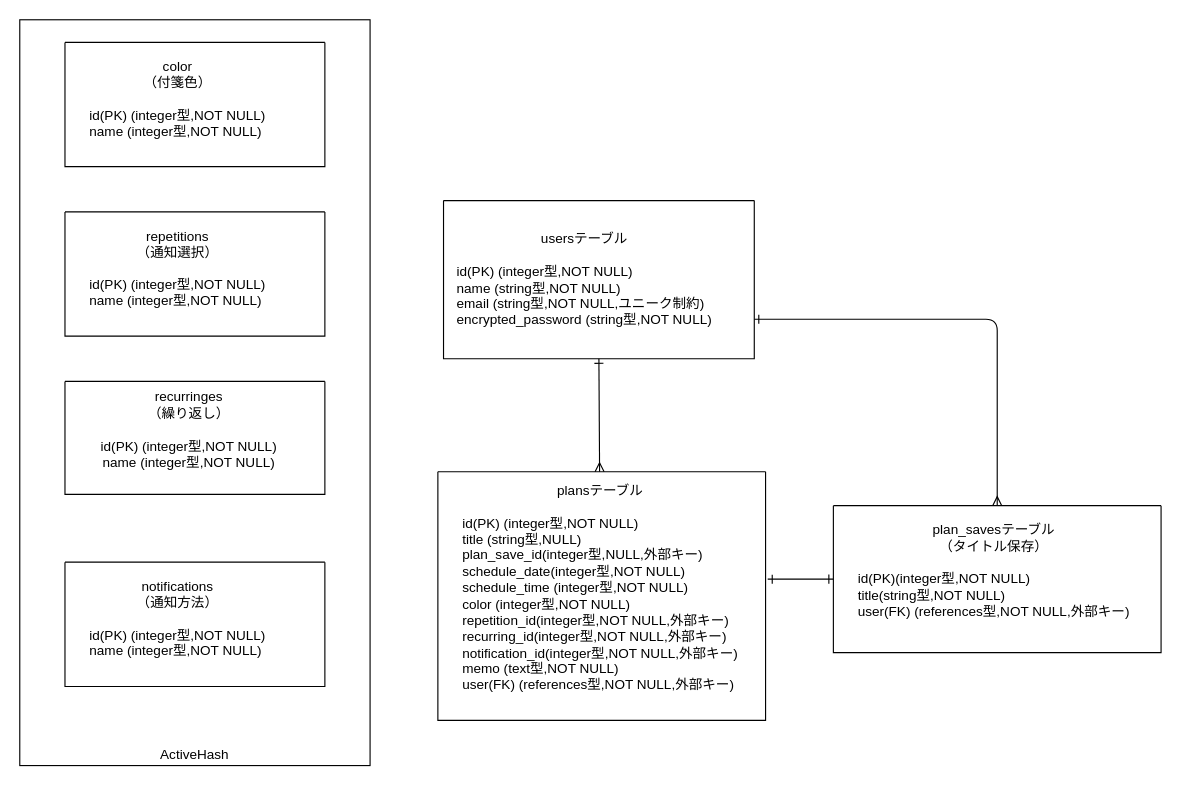
The draw.io diagram pawdo.dio in pazuru25/pawdo, before the edit. Source tidied: cells renumbered, new cells numbered last; positions are measured from the earlier drawing's top-left corner, leaving out a move shared by most shapes. Both pictures are drawn from the tidied source at 113%, with x=0, y=0 at pixel (19, 19).
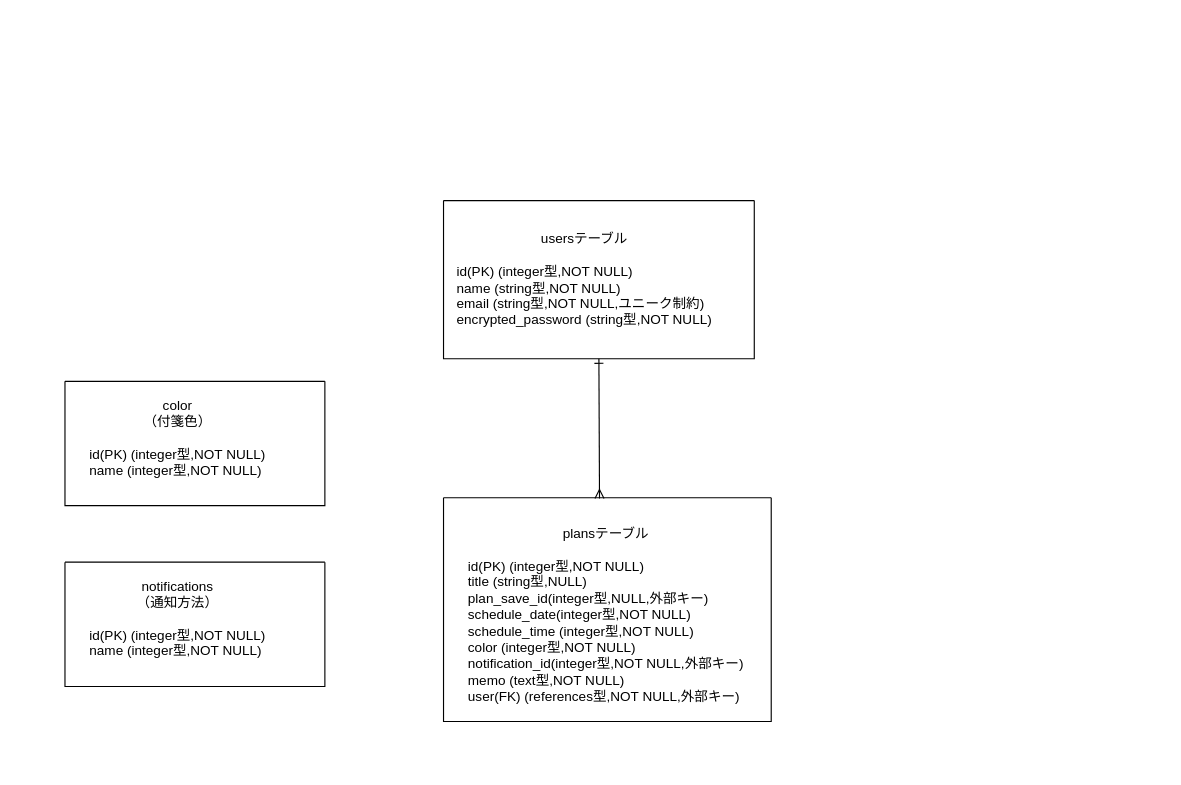
The same diagram, later.

The change refers to these unchanged cells:
```xml
<mxCell id="5" style="swimlane;startSize=0;align=left;" parent="1" vertex="1">
  <mxGeometry x="375" y="160" width="275" height="140" as="geometry" />
</mxCell>
```

Change to the diagram source:
```diff
@@
-    <mxCell id="2" value="ActiveHash" style="whiteSpace=wrap;html=1;align=center;fillColor=none;verticalAlign=bottom;" parent="1" vertex="1">
-      <mxGeometry width="310" height="660" as="geometry" />
-    </mxCell>
-    <mxCell id="3" style="edgeStyle=none;html=1;exitX=0.5;exitY=1;exitDx=0;exitDy=0;entryX=0.456;entryY=0;entryDx=0;entryDy=0;startArrow=ERone;startFill=0;endArrow=ERmany;endFill=0;entryPerimeter=0;" parent="1" edge="1" source="5" target="8">
+    <mxCell id="3" style="edgeStyle=none;html=1;exitX=0.5;exitY=1;exitDx=0;exitDy=0;entryX=0.476;entryY=0.003;entryDx=0;entryDy=0;startArrow=ERone;startFill=0;endArrow=ERmany;endFill=0;entryPerimeter=0;" parent="1" edge="1" source="5" target="7">
       <mxGeometry relative="1" as="geometry" />
     </mxCell>
-    <mxCell id="4" style="edgeStyle=none;html=1;exitX=1;exitY=0.75;exitDx=0;exitDy=0;entryX=0.5;entryY=0;entryDx=0;entryDy=0;startArrow=ERone;startFill=0;endArrow=ERmany;endFill=0;" parent="1" edge="1" source="5" target="10">
-      <mxGeometry relative="1" as="geometry">
-        <Array as="points">
-          <mxPoint x="865" y="265" />
-        </Array>
-      </mxGeometry>
-    </mxCell>
@@
     <mxCell id="7" style="swimlane;startSize=0;align=left;" parent="1" vertex="1">
-      <mxGeometry x="370" y="400" width="290" height="220" as="geometry" />
+      <mxGeometry x="375" y="423" width="290" height="198" as="geometry" />
     </mxCell>
-    <mxCell id="8" value="&lt;div style=&quot;text-align: center;&quot;&gt;&lt;span style=&quot;background-color: initial;&quot;&gt;plansテーブル&lt;/span&gt;&lt;/div&gt;&lt;br&gt;id(PK) (integer型,NOT NULL)&lt;br&gt;title (string型,NULL)&lt;br&gt;plan_save_id(integer型,NULL,外部キー)&lt;br&gt;&lt;span style=&quot;background-color: initial;&quot;&gt;schedule_date(integer型,NOT NULL)&lt;/span&gt;&lt;br&gt;&lt;div style=&quot;&quot;&gt;&lt;span style=&quot;background-color: initial;&quot;&gt;schedule_time (integer型,NOT NULL)&lt;/span&gt;&lt;/div&gt;&lt;div style=&quot;&quot;&gt;&lt;span style=&quot;background-color: initial;&quot;&gt;color (integer型,NOT NULL)&lt;/span&gt;&lt;/div&gt;&lt;div style=&quot;&quot;&gt;&lt;span style=&quot;background-color: initial;&quot;&gt;repetition_id&lt;/span&gt;&lt;span style=&quot;background-color: initial;&quot;&gt;(integer型,NOT NULL,外部キー)&lt;/span&gt;&lt;/div&gt;&lt;div style=&quot;&quot;&gt;&lt;span style=&quot;background-color: initial;&quot;&gt;recurring_id&lt;/span&gt;&lt;span style=&quot;background-color: initial;&quot;&gt;(integer型,NOT NULL,外部キー)&lt;/span&gt;&lt;/div&gt;&lt;div style=&quot;&quot;&gt;&lt;span style=&quot;background-color: initial;&quot;&gt;notification_id&lt;/span&gt;&lt;span style=&quot;background-color: initial;&quot;&gt;(integer型,NOT NULL,外部キー)&lt;/span&gt;&lt;/div&gt;&lt;div style=&quot;&quot;&gt;&lt;span style=&quot;background-color: initial;&quot;&gt;memo (text型,NOT NULL)&lt;/span&gt;&lt;/div&gt;&lt;div style=&quot;&quot;&gt;&lt;div&gt;&lt;span style=&quot;background-color: initial;&quot;&gt;user(FK) (references型,NOT NULL,外部キー)&lt;/span&gt;&lt;/div&gt;&lt;/div&gt;&lt;div style=&quot;&quot;&gt;&lt;br&gt;&lt;/div&gt;" style="text;html=1;align=left;verticalAlign=middle;points=[];strokeColor=none;fillColor=none;" parent="7" vertex="1">
-      <mxGeometry x="20" width="270" height="220" as="geometry" />
+    <mxCell id="8" value="&lt;div style=&quot;text-align: center;&quot;&gt;&lt;span style=&quot;background-color: initial;&quot;&gt;plansテーブル&lt;/span&gt;&lt;/div&gt;&lt;br&gt;id(PK) (integer型,NOT NULL)&lt;br&gt;title (string型,NULL)&lt;br&gt;plan_save_id(integer型,NULL,外部キー)&lt;br&gt;&lt;span style=&quot;background-color: initial;&quot;&gt;schedule_date(integer型,NOT NULL)&lt;/span&gt;&lt;br&gt;&lt;div style=&quot;&quot;&gt;&lt;span style=&quot;background-color: initial;&quot;&gt;schedule_time (integer型,NOT NULL)&lt;/span&gt;&lt;/div&gt;&lt;div style=&quot;&quot;&gt;&lt;span style=&quot;background-color: initial;&quot;&gt;color (integer型,NOT NULL)&lt;/span&gt;&lt;/div&gt;&lt;div style=&quot;&quot;&gt;&lt;span style=&quot;background-color: initial;&quot;&gt;notification_id&lt;/span&gt;&lt;span style=&quot;background-color: initial;&quot;&gt;(integer型,NOT NULL,外部キー)&lt;/span&gt;&lt;/div&gt;&lt;div style=&quot;&quot;&gt;&lt;span style=&quot;background-color: initial;&quot;&gt;memo (text型,NOT NULL)&lt;/span&gt;&lt;/div&gt;&lt;div style=&quot;&quot;&gt;&lt;div&gt;&lt;span style=&quot;background-color: initial;&quot;&gt;user(FK) (references型,NOT NULL,外部キー)&lt;/span&gt;&lt;/div&gt;&lt;/div&gt;&lt;div style=&quot;&quot;&gt;&lt;br&gt;&lt;/div&gt;" style="text;html=1;align=left;verticalAlign=middle;points=[];strokeColor=none;fillColor=none;" parent="7" vertex="1">
+      <mxGeometry x="20" y="18" width="262" height="185" as="geometry" />
     </mxCell>
-    <mxCell id="9" style="edgeStyle=none;html=1;exitX=0;exitY=0.5;exitDx=0;exitDy=0;entryX=1.007;entryY=0.432;entryDx=0;entryDy=0;entryPerimeter=0;startArrow=ERone;startFill=0;endArrow=ERone;endFill=0;" parent="1" edge="1" source="10" target="8">
-      <mxGeometry relative="1" as="geometry" />
-    </mxCell>
-    <mxCell id="10" style="swimlane;startSize=0;align=left;" parent="1" vertex="1">
-      <mxGeometry x="720" y="430" width="290" height="130" as="geometry" />
-    </mxCell>
-    <mxCell id="11" value="&lt;div style=&quot;text-align: center;&quot;&gt;&lt;span style=&quot;background-color: initial;&quot;&gt;plan_savesテーブル&lt;/span&gt;&lt;/div&gt;&lt;div style=&quot;text-align: center;&quot;&gt;（タイトル保存）&lt;/div&gt;&lt;br&gt;id(PK)(integer型,NOT NULL)&lt;br&gt;&lt;div style=&quot;&quot;&gt;&lt;div&gt;&lt;span style=&quot;background-color: initial;&quot;&gt;title(&lt;/span&gt;&lt;span style=&quot;background-color: initial;&quot;&gt;string型,NOT NULL)&lt;/span&gt;&lt;/div&gt;&lt;div&gt;&lt;span style=&quot;background-color: initial;&quot;&gt;user(FK) (&lt;/span&gt;&lt;span style=&quot;background-color: initial;&quot;&gt;references型,NOT NULL,外部キー)&lt;/span&gt;&lt;span style=&quot;background-color: initial;&quot;&gt;&lt;br&gt;&lt;/span&gt;&lt;/div&gt;&lt;/div&gt;&lt;div style=&quot;&quot;&gt;&lt;br&gt;&lt;/div&gt;" style="text;html=1;align=left;verticalAlign=middle;strokeColor=none;fillColor=none;" parent="10" vertex="1">
-      <mxGeometry x="20" y="10" width="260" height="110" as="geometry" />
-    </mxCell>
-    <mxCell id="12" style="swimlane;startSize=0;align=left;" parent="1" vertex="1">
-      <mxGeometry x="40" y="170" width="230" height="110" as="geometry" />
-    </mxCell>
-    <mxCell id="13" value="&lt;div style=&quot;text-align: center;&quot;&gt;&lt;span style=&quot;background-color: initial; text-align: left;&quot;&gt;&lt;br&gt;&lt;/span&gt;&lt;/div&gt;&lt;div style=&quot;text-align: center;&quot;&gt;&lt;span style=&quot;background-color: initial; text-align: left;&quot;&gt;repetitions&lt;/span&gt;&lt;/div&gt;&lt;div style=&quot;text-align: center;&quot;&gt;&lt;span style=&quot;background-color: initial; text-align: left;&quot;&gt;（通知選択）&lt;/span&gt;&lt;br&gt;&lt;/div&gt;&lt;br&gt;id(PK) (integer型,NOT NULL)&lt;br&gt;name (integer型,NOT NULL)&lt;br&gt;&lt;div style=&quot;&quot;&gt;&lt;br&gt;&lt;/div&gt;" style="text;html=1;align=left;verticalAlign=middle;strokeColor=none;fillColor=none;" parent="12" vertex="1">
-      <mxGeometry x="20" y="-5" width="180" height="110" as="geometry" />
-    </mxCell>
-    <mxCell id="14" style="swimlane;startSize=0;align=left;" parent="1" vertex="1">
-      <mxGeometry x="40" y="320" width="230" height="100" as="geometry" />
-    </mxCell>
-    <mxCell id="15" value="&lt;div style=&quot;text-align: center;&quot;&gt;&lt;span style=&quot;background-color: initial;&quot;&gt;recurringes&lt;/span&gt;&lt;/div&gt;&lt;div style=&quot;text-align: center;&quot;&gt;&lt;span style=&quot;background-color: initial;&quot;&gt;（繰り返し）&lt;/span&gt;&lt;/div&gt;&lt;br&gt;id(PK) (integer型,NOT NULL)&lt;br&gt;&lt;div style=&quot;text-align: center;&quot;&gt;&lt;span style=&quot;background-color: initial;&quot;&gt;name (integer型,NOT NULL)&lt;/span&gt;&lt;/div&gt;&lt;div style=&quot;&quot;&gt;&lt;br&gt;&lt;/div&gt;" style="text;html=1;align=left;verticalAlign=middle;strokeColor=none;fillColor=none;" parent="14" vertex="1">
-      <mxGeometry x="30" width="180" height="100" as="geometry" />
-    </mxCell>
@@
     <mxCell id="18" style="swimlane;startSize=0;align=left;" parent="1" vertex="1">
-      <mxGeometry x="40" y="20" width="230" height="110" as="geometry" />
+      <mxGeometry x="40" y="320" width="230" height="110" as="geometry" />
     </mxCell>
```
